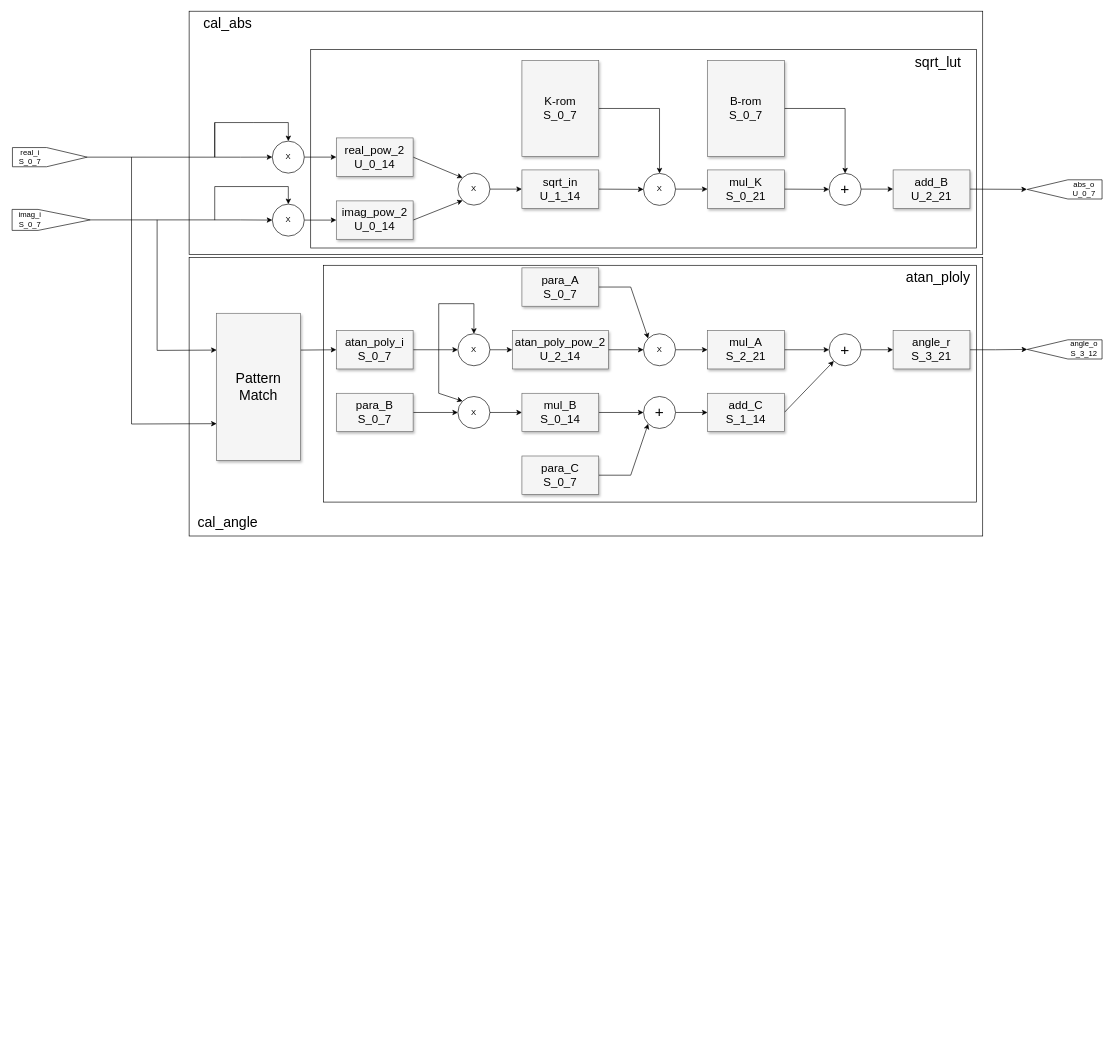
The draw.io diagram task_3/doc/整体框图.drawio in Wunyje/fpga_design_course, before the edit. Source tidied: cells renumbered, new cells numbered last; positions are measured from the earlier drawing's top-left corner, leaving out a move shared by most shapes. Both pictures are drawn from the tidied source at 64%, with x=0, y=0 at pixel (10, 11).
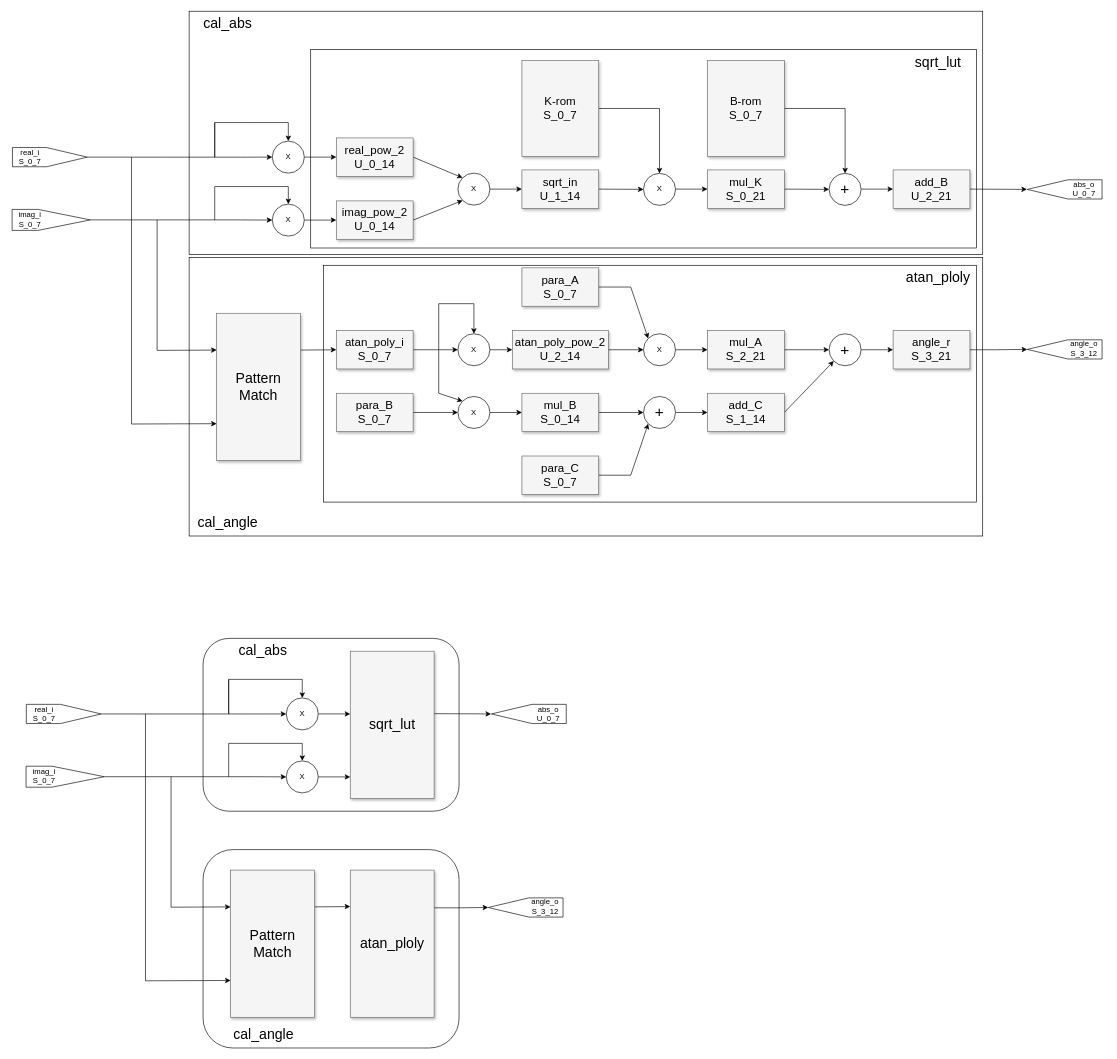
The same page after the edit.

The edit, as a diff of the source:
```diff
@@
+    <mxCell id="80" style="rounded=1;whiteSpace=wrap;html=1;labelBackgroundColor=none;labelBorderColor=none;" parent="1" vertex="1">
+      <mxGeometry x="300.8" y="980" width="400" height="270" as="geometry" />
+    </mxCell>
+    <mxCell id="81" style="rounded=1;whiteSpace=wrap;html=1;labelBackgroundColor=none;labelBorderColor=none;glass=0;shadow=0;" parent="1" vertex="1">
+      <mxGeometry x="300.8" y="1310" width="400" height="310" as="geometry" />
+    </mxCell>
+    <mxCell id="82" style="edgeStyle=none;rounded=0;jettySize=auto;html=1;exitX=1;exitY=0.5;exitDx=0;exitDy=0;entryX=0;entryY=0.5;entryDx=0;entryDy=0;" parent="1" edge="1" source="83">
+      <mxGeometry relative="1" as="geometry">
+        <mxPoint x="530.8" y="1098" as="targetPoint" />
+      </mxGeometry>
+    </mxCell>
+    <mxCell id="83" value="X" style="ellipse;whiteSpace=wrap;html=1;" parent="1" vertex="1">
+      <mxGeometry x="430.8" y="1073" width="50" height="50" as="geometry" />
+    </mxCell>
+    <mxCell id="84" style="edgeStyle=orthogonalEdgeStyle;rounded=0;jettySize=auto;html=1;exitX=0.5;exitY=1;exitDx=0;exitDy=0;entryX=0;entryY=0.5;entryDx=0;entryDy=0;" parent="1" edge="1" source="87" target="83">
+      <mxGeometry relative="1" as="geometry">
+        <Array as="points">
+          <mxPoint x="380.8" y="1098" />
+          <mxPoint x="380.8" y="1098" />
+        </Array>
+      </mxGeometry>
+    </mxCell>
+    <mxCell id="85" style="edgeStyle=none;rounded=0;jettySize=auto;html=1;entryX=0.5;entryY=0;entryDx=0;entryDy=0;" parent="1" edge="1" target="83">
+      <mxGeometry relative="1" as="geometry">
+        <mxPoint x="340.8" y="1044" as="sourcePoint" />
+        <Array as="points">
+          <mxPoint x="340.8" y="1098" />
+          <mxPoint x="340.8" y="1044" />
+          <mxPoint x="400.8" y="1044" />
+          <mxPoint x="455.8" y="1044" />
+        </Array>
+      </mxGeometry>
+    </mxCell>
+    <mxCell id="86" style="edgeStyle=none;rounded=0;jettySize=auto;html=1;entryX=0;entryY=0.75;entryDx=0;entryDy=0;" parent="1" edge="1" target="96">
+      <mxGeometry relative="1" as="geometry">
+        <mxPoint x="210.8" y="1098" as="sourcePoint" />
+        <Array as="points">
+          <mxPoint x="210.8" y="1515" />
+        </Array>
+      </mxGeometry>
+    </mxCell>
+    <mxCell id="87" style="shape=offPageConnector;whiteSpace=wrap;html=1;rotation=-90;size=0.5436717998075092;" parent="1" vertex="1">
+      <mxGeometry x="68.1" y="1039.6" width="30" height="116.9" as="geometry" />
+    </mxCell>
+    <mxCell id="88" style="edgeStyle=none;rounded=0;jettySize=auto;html=1;exitX=1;exitY=0.5;exitDx=0;exitDy=0;entryX=0;entryY=0.5;entryDx=0;entryDy=0;" parent="1" edge="1" source="89">
+      <mxGeometry relative="1" as="geometry">
+        <mxPoint x="530.8" y="1196.4" as="targetPoint" />
+      </mxGeometry>
+    </mxCell>
+    <mxCell id="89" value="X" style="ellipse;whiteSpace=wrap;html=1;" parent="1" vertex="1">
+      <mxGeometry x="430.8" y="1171.4" width="50" height="50" as="geometry" />
+    </mxCell>
+    <mxCell id="90" style="edgeStyle=orthogonalEdgeStyle;rounded=0;jettySize=auto;html=1;exitX=0.5;exitY=1;exitDx=0;exitDy=0;entryX=0;entryY=0.5;entryDx=0;entryDy=0;" parent="1" edge="1" source="93" target="89">
+      <mxGeometry relative="1" as="geometry">
+        <Array as="points">
+          <mxPoint x="380.8" y="1196.4" />
+          <mxPoint x="380.8" y="1196.4" />
+        </Array>
+      </mxGeometry>
+    </mxCell>
+    <mxCell id="91" style="edgeStyle=none;rounded=0;jettySize=auto;html=1;entryX=0.5;entryY=0;entryDx=0;entryDy=0;" parent="1" edge="1" target="89">
+      <mxGeometry relative="1" as="geometry">
+        <mxPoint x="340.8" y="1196.4" as="sourcePoint" />
+        <Array as="points">
+          <mxPoint x="340.8" y="1144" />
+          <mxPoint x="455.8" y="1144" />
+        </Array>
+      </mxGeometry>
+    </mxCell>
+    <mxCell id="92" style="edgeStyle=none;rounded=0;jettySize=auto;html=1;entryX=0;entryY=0.25;entryDx=0;entryDy=0;" parent="1" edge="1" target="96">
+      <mxGeometry relative="1" as="geometry">
+        <mxPoint x="250.8" y="1196" as="sourcePoint" />
+        <Array as="points">
+          <mxPoint x="250.8" y="1400" />
+        </Array>
+      </mxGeometry>
+    </mxCell>
+    <mxCell id="93" style="shape=offPageConnector;whiteSpace=wrap;html=1;rotation=-90;size=0.6677551020408169;" parent="1" vertex="1">
+      <mxGeometry x="68.9" y="1135" width="32.8" height="122.2" as="geometry" />
+    </mxCell>
+    <mxCell id="94" style="edgeStyle=none;rounded=0;orthogonalLoop=1;jettySize=auto;html=1;exitX=1;exitY=0.5;exitDx=0;exitDy=0;entryX=0.5;entryY=1;entryDx=0;entryDy=0;" parent="1" edge="1">
+      <mxGeometry relative="1" as="geometry">
+        <mxPoint x="661.8" y="1097.6" as="sourcePoint" />
+        <mxPoint x="750.8" y="1098" as="targetPoint" />
+      </mxGeometry>
+    </mxCell>
+    <mxCell id="95" style="edgeStyle=none;rounded=0;jettySize=auto;html=1;exitX=1;exitY=0.25;exitDx=0;exitDy=0;entryX=0;entryY=0.5;entryDx=0;entryDy=0;" parent="1" edge="1" source="96">
+      <mxGeometry relative="1" as="geometry">
+        <mxPoint x="530.8" y="1399" as="targetPoint" />
+      </mxGeometry>
+    </mxCell>
+    <mxCell id="96" value="&lt;font style=&quot;font-size: 22px;&quot;&gt;Pattern&lt;br&gt;Match&lt;/font&gt;" style="whiteSpace=wrap;html=1;shadow=1;fontSize=18;fillColor=#f5f5f5;strokeColor=#666666;" parent="1" vertex="1">
+      <mxGeometry x="343.8" y="1342" width="131" height="230" as="geometry" />
+    </mxCell>
+    <mxCell id="97" style="edgeStyle=none;rounded=0;jettySize=auto;html=1;exitX=1;exitY=0.5;exitDx=0;exitDy=0;entryX=0.5;entryY=1;entryDx=0;entryDy=0;" parent="1" edge="1" target="102">
+      <mxGeometry relative="1" as="geometry">
+        <mxPoint x="656.8" y="1401" as="sourcePoint" />
+        <Array as="points">
+          <mxPoint x="696.8" y="1401" />
+        </Array>
+      </mxGeometry>
+    </mxCell>
+    <mxCell id="98" value="real_i&lt;br&gt;S_0_7" style="text;html=1;align=center;verticalAlign=middle;strokeColor=none;fillColor=none;" parent="1" vertex="1">
+      <mxGeometry x="22" y="1078" width="60" height="40" as="geometry" />
+    </mxCell>
+    <mxCell id="99" value="imag_i&lt;br&gt;S_0_7" style="text;html=1;align=center;verticalAlign=middle;strokeColor=none;fillColor=none;" parent="1" vertex="1">
+      <mxGeometry x="22" y="1175" width="60" height="40" as="geometry" />
+    </mxCell>
+    <mxCell id="100" style="shape=offPageConnector;whiteSpace=wrap;html=1;rotation=90;size=0.5436717998075092;" parent="1" vertex="1">
+      <mxGeometry x="794.8" y="1039.6" width="30" height="116.9" as="geometry" />
+    </mxCell>
+    <mxCell id="101" value="abs_o&lt;br&gt;U_0_7" style="text;html=1;align=center;verticalAlign=middle;strokeColor=none;fillColor=none;" parent="1" vertex="1">
+      <mxGeometry x="809.8" y="1078" width="60" height="40" as="geometry" />
+    </mxCell>
+    <mxCell id="102" style="shape=offPageConnector;whiteSpace=wrap;html=1;rotation=90;size=0.5436717998075092;" parent="1" vertex="1">
+      <mxGeometry x="789.8" y="1342" width="30" height="116.9" as="geometry" />
+    </mxCell>
+    <mxCell id="103" value="angle_o&lt;br&gt;S_3_12" style="text;html=1;align=center;verticalAlign=middle;strokeColor=none;fillColor=none;" parent="1" vertex="1">
+      <mxGeometry x="799.8" y="1379.4" width="70" height="40" as="geometry" />
+    </mxCell>
+    <mxCell id="104" value="&lt;font style=&quot;font-size: 22px;&quot;&gt;cal_angle&lt;/font&gt;" style="text;html=1;align=center;verticalAlign=middle;strokeColor=none;fillColor=none;" parent="1" vertex="1">
+      <mxGeometry x="334.8" y="1580" width="120" height="40" as="geometry" />
+    </mxCell>
+    <mxCell id="105" value="&lt;font style=&quot;font-size: 22px;&quot;&gt;cal_abs&lt;/font&gt;" style="text;html=1;align=center;verticalAlign=middle;strokeColor=none;fillColor=none;" parent="1" vertex="1">
+      <mxGeometry x="343.8" y="980" width="100" height="40" as="geometry" />
+    </mxCell>
+    <mxCell id="106" value="&lt;font style=&quot;font-size: 22px;&quot;&gt;atan_ploly&lt;/font&gt;" style="whiteSpace=wrap;html=1;shadow=1;fontSize=18;fillColor=#f5f5f5;strokeColor=#666666;" parent="1" vertex="1">
+      <mxGeometry x="530.8" y="1342" width="131" height="230" as="geometry" />
+    </mxCell>
+    <mxCell id="107" value="&lt;font style=&quot;font-size: 22px;&quot;&gt;sqrt_lut&lt;/font&gt;" style="whiteSpace=wrap;html=1;shadow=1;fontSize=18;fillColor=#f5f5f5;strokeColor=#666666;" parent="1" vertex="1">
+      <mxGeometry x="530.8" y="1000" width="131" height="230" as="geometry" />
+    </mxCell>
```
